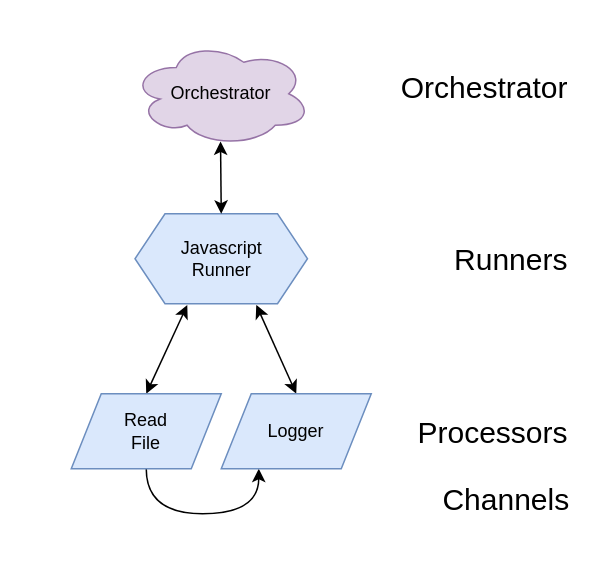
Above: slides/img/pipeline1.drawio in rdf-connect/Tutorial-SEMANTiCS2025 (draw.io), before the change. Source tidied: cells renumbered, new cells numbered last; positions are measured from the earlier drawing's top-left corner, leaving out a move shared by most shapes. Both pictures are drawn from the tidied source at 150%, with x=0, y=0 at pixel (26, 26).
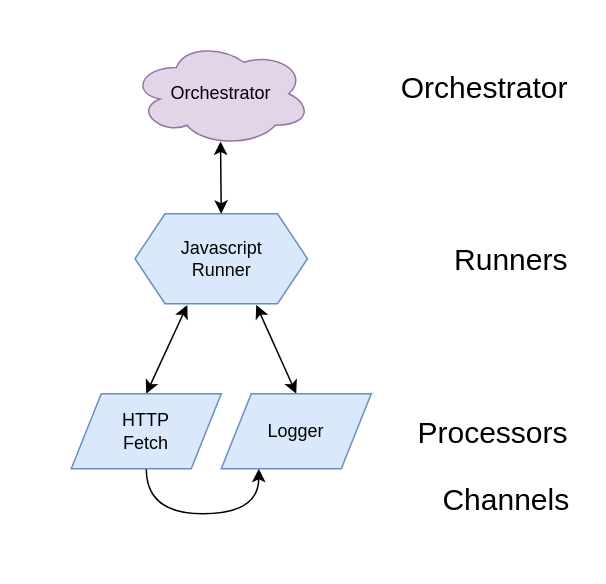
Above is the later version.

Diff of the diagram source:
```diff
@@
 <mxGraphModel>
   <root>
     <mxCell id="0" />
     <mxCell id="1" parent="0" />
     <mxCell id="2" value="&lt;span style=&quot;font-size: 20px;&quot;&gt;Channels&amp;nbsp;&lt;/span&gt;" style="rounded=0;whiteSpace=wrap;html=1;align=right;fillColor=none;strokeColor=none;" parent="1" vertex="1">
       <mxGeometry y="275" width="370" height="80" as="geometry" />
     </mxCell>
     <mxCell id="3" value="&lt;font style=&quot;font-size: 20px;&quot;&gt;Processors&lt;/font&gt;&amp;nbsp;&amp;nbsp;" style="rounded=0;whiteSpace=wrap;html=1;align=right;fillColor=none;strokeColor=none;" parent="1" vertex="1">
       <mxGeometry x="20" y="230" width="350" height="80" as="geometry" />
     </mxCell>
     <mxCell id="4" value="&lt;span style=&quot;font-size: 20px;&quot;&gt;Runners&lt;/span&gt;&amp;nbsp;&amp;nbsp;" style="rounded=0;whiteSpace=wrap;html=1;align=right;fillColor=none;strokeColor=none;" parent="1" vertex="1">
       <mxGeometry x="30" y="115" width="340" height="80" as="geometry" />
     </mxCell>
     <mxCell id="5" value="&lt;font style=&quot;font-size: 20px;&quot;&gt;Orchestrator&lt;/font&gt;&amp;nbsp;&amp;nbsp;" style="rounded=0;whiteSpace=wrap;html=1;align=right;fillColor=none;strokeColor=none;" parent="1" vertex="1">
       <mxGeometry x="20" width="350" height="80" as="geometry" />
     </mxCell>
     <mxCell id="6" value="Orchestrator" style="ellipse;shape=cloud;whiteSpace=wrap;html=1;fillColor=#e1d5e7;strokeColor=#9673a6;" parent="1" vertex="1">
       <mxGeometry x="70" y="10" width="120" height="70" as="geometry" />
     </mxCell>
     <mxCell id="7" style="edgeStyle=none;rounded=0;jettySize=auto;html=1;exitX=0.303;exitY=1.015;exitDx=0;exitDy=0;entryX=0.5;entryY=0;entryDx=0;entryDy=0;startArrow=classic;startFill=1;exitPerimeter=0;" parent="1" edge="1" source="9" target="13">
       <mxGeometry relative="1" as="geometry" />
     </mxCell>
     <mxCell id="8" style="edgeStyle=none;rounded=0;jettySize=auto;html=1;exitX=0.703;exitY=1.013;exitDx=0;exitDy=0;entryX=0.5;entryY=0;entryDx=0;entryDy=0;startArrow=classic;startFill=1;exitPerimeter=0;" parent="1" edge="1" source="9" target="14">
       <mxGeometry relative="1" as="geometry" />
     </mxCell>
     <mxCell id="9" value="Javascript&lt;div&gt;Runner&lt;/div&gt;" style="shape=hexagon;perimeter=hexagonPerimeter2;whiteSpace=wrap;html=1;fixedSize=1;fillColor=#dae8fc;strokeColor=#6c8ebf;" parent="1" vertex="1">
       <mxGeometry x="72.5" y="125" width="115" height="60" as="geometry" />
     </mxCell>
     <mxCell id="10" style="endArrow=classic;startArrow=classic;html=1;rounded=0;exitX=0.5;exitY=0;exitDx=0;exitDy=0;entryX=0.496;entryY=0.954;entryDx=0;entryDy=0;entryPerimeter=0;" parent="1" edge="1" source="9" target="6">
       <mxGeometry relative="1" as="geometry" />
     </mxCell>
     <mxCell id="11" style="group;" parent="1" vertex="1">
       <mxGeometry x="30" y="245" width="200" height="80" as="geometry" />
     </mxCell>
     <mxCell id="12" style="edgeStyle=orthogonalEdgeStyle;curved=1;rounded=0;jettySize=auto;html=1;exitX=0.5;exitY=1;exitDx=0;exitDy=0;entryX=0.25;entryY=1;entryDx=0;entryDy=0;" parent="11" edge="1" source="13">
       <mxGeometry relative="1" as="geometry">
         <mxPoint x="125" y="50" as="targetPoint" />
         <Array as="points">
           <mxPoint x="50" y="80" />
           <mxPoint x="125" y="80" />
         </Array>
       </mxGeometry>
     </mxCell>
-    <mxCell id="13" value="Read&lt;div&gt;File&lt;/div&gt;" style="shape=parallelogram;perimeter=parallelogramPerimeter;whiteSpace=wrap;html=1;fixedSize=1;fillColor=#dae8fc;strokeColor=#6c8ebf;" parent="11" vertex="1">
+    <mxCell id="13" value="HTTP&lt;div&gt;Fetch&lt;/div&gt;" style="shape=parallelogram;perimeter=parallelogramPerimeter;whiteSpace=wrap;html=1;fixedSize=1;fillColor=#dae8fc;strokeColor=#6c8ebf;" parent="11" vertex="1">
       <mxGeometry width="100" height="50" as="geometry" />
     </mxCell>
     <mxCell id="14" value="Logger" style="shape=parallelogram;perimeter=parallelogramPerimeter;whiteSpace=wrap;html=1;fixedSize=1;fillColor=#dae8fc;strokeColor=#6c8ebf;" parent="11" vertex="1">
       <mxGeometry x="100" width="100" height="50" as="geometry" />
     </mxCell>
   </root>
 </mxGraphModel>
```
